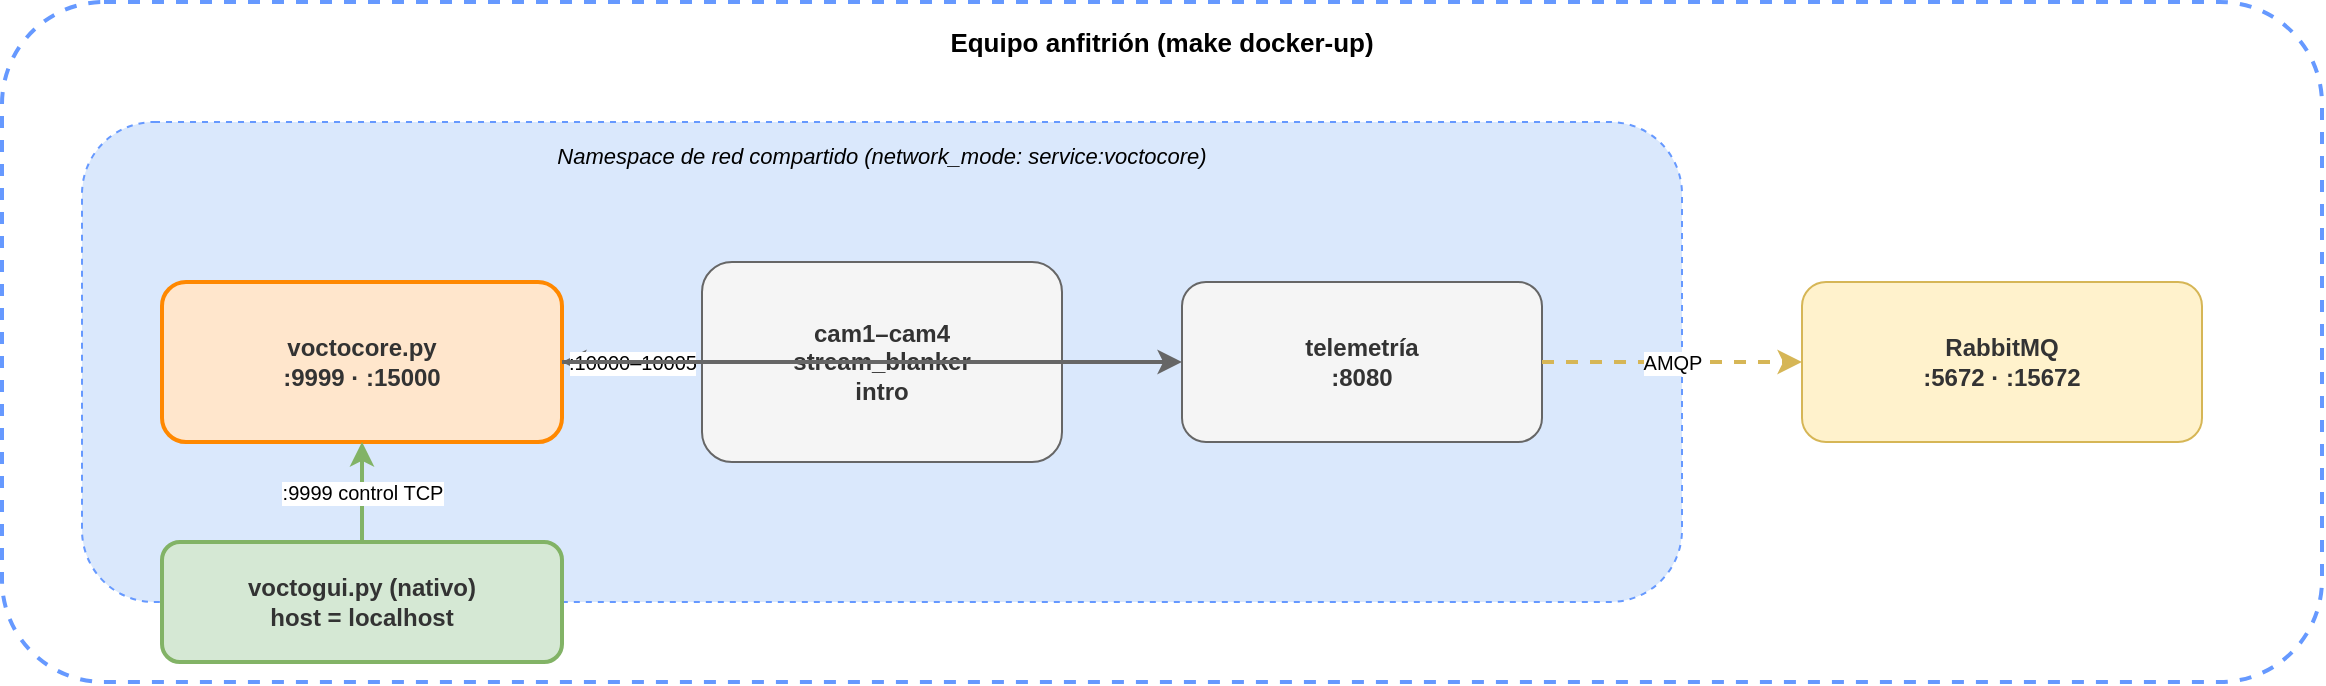
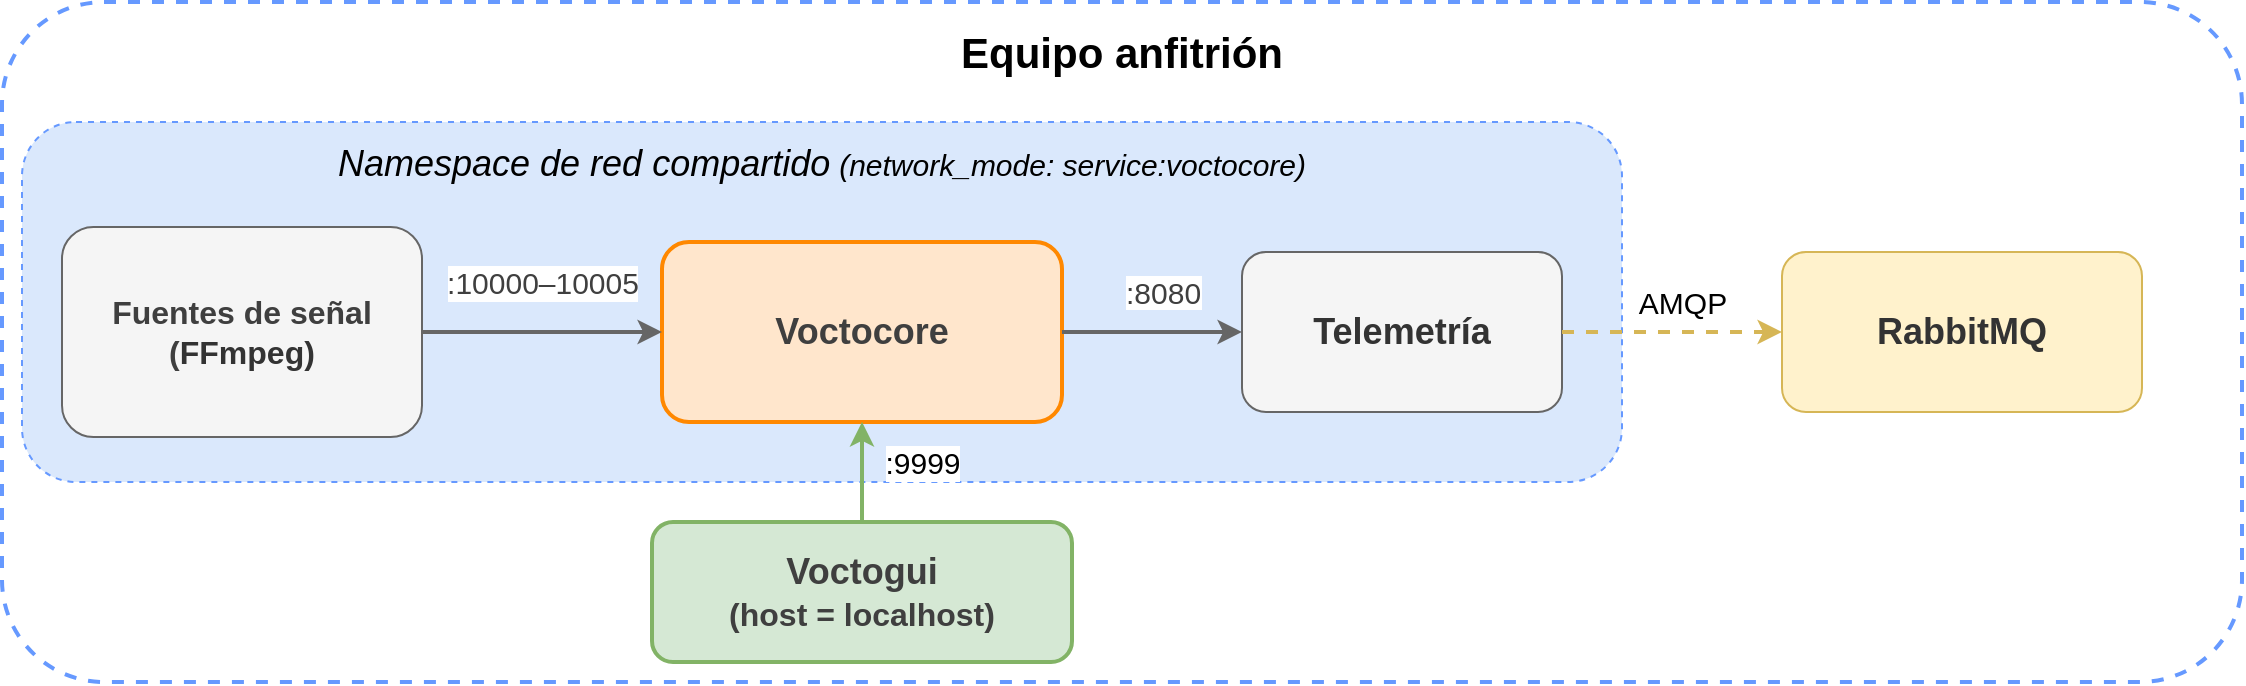
- <mxfile host="app.diagrams.net">
-   <diagram id="escenario_docker" name="Escenario Docker">
-     <mxGraphModel dx="1200" dy="380" grid="1" gridSize="10" guides="1" tooltips="1" connect="1" arrows="1" fold="1" page="1" pageScale="1" pageWidth="1200" pageHeight="380" math="0" shadow="0">
-       <root>
-         <mxCell id="0"/>
-         <mxCell id="1" parent="0"/>
- 
-         <!-- Host machine container -->
-         <mxCell id="host" value="Equipo anfitrión (make docker-up)" style="rounded=1;whiteSpace=wrap;html=1;fillColor=none;strokeColor=#6699FF;strokeWidth=2;dashed=1;fontSize=13;fontStyle=1;verticalAlign=top;spacingTop=6;align=center;" vertex="1" parent="1">
-           <mxGeometry x="20" y="20" width="1160" height="340" as="geometry"/>
-         </mxCell>
- 
-         <!-- Shared namespace container -->
-         <mxCell id="ns" value="Namespace de red compartido (network_mode: service:voctocore)" style="rounded=1;whiteSpace=wrap;html=1;fillColor=#dae8fc;strokeColor=#6699FF;strokeWidth=1;dashed=1;fontSize=11;fontStyle=2;verticalAlign=top;spacingTop=4;align=center;" vertex="1" parent="1">
-           <mxGeometry x="60" y="80" width="800" height="240" as="geometry"/>
-         </mxCell>
- 
-         <!-- voctocore -->
-         <mxCell id="voctocore" value="&lt;b&gt;voctocore.py&lt;/b&gt;&#xa;:9999 · :15000" style="rounded=1;whiteSpace=wrap;html=1;fillColor=#FFE6CC;strokeColor=#FF8800;fontColor=#333333;fontSize=12;fontStyle=1;strokeWidth=2;" vertex="1" parent="1">
-           <mxGeometry x="100" y="160" width="200" height="80" as="geometry"/>
-         </mxCell>
- 
-         <!-- Sources: cam1-4 + stream_blanker -->
-         <mxCell id="sources" value="cam1–cam4&#xa;stream_blanker&#xa;intro" style="rounded=1;whiteSpace=wrap;html=1;fillColor=#f5f5f5;strokeColor=#666666;fontColor=#333333;fontSize=12;fontStyle=1;" vertex="1" parent="1">
-           <mxGeometry x="370" y="150" width="180" height="100" as="geometry"/>
-         </mxCell>
- 
-         <!-- Telemetry -->
-         <mxCell id="telemetry" value="telemetría&#xa;:8080" style="rounded=1;whiteSpace=wrap;html=1;fillColor=#f5f5f5;strokeColor=#666666;fontColor=#333333;fontSize=12;fontStyle=1;" vertex="1" parent="1">
-           <mxGeometry x="610" y="160" width="180" height="80" as="geometry"/>
-         </mxCell>
- 
-         <!-- RabbitMQ (separate network) -->
-         <mxCell id="rabbitmq" value="RabbitMQ&#xa;:5672 · :15672" style="rounded=1;whiteSpace=wrap;html=1;fillColor=#fff2cc;strokeColor=#d6b656;fontColor=#333333;fontSize=12;fontStyle=1;" vertex="1" parent="1">
-           <mxGeometry x="920" y="160" width="200" height="80" as="geometry"/>
-         </mxCell>
- 
-         <!-- voctogui (native) -->
-         <mxCell id="voctogui" value="&lt;b&gt;voctogui.py&lt;/b&gt; (nativo)&#xa;host = localhost" style="rounded=1;whiteSpace=wrap;html=1;fillColor=#d5e8d4;strokeColor=#82b366;fontColor=#333333;fontSize=12;fontStyle=1;strokeWidth=2;" vertex="1" parent="1">
-           <mxGeometry x="100" y="290" width="200" height="60" as="geometry"/>
-         </mxCell>
- 
-         <!-- Arrow: sources → voctocore -->
-         <mxCell id="a1" value=":10000–10005" style="edgeStyle=orthogonalEdgeStyle;html=1;fontSize=10;strokeWidth=2;strokeColor=#666666;exitX=0;exitY=0.5;exitDx=0;exitDy=0;entryX=1;entryY=0.5;entryDx=0;entryDy=0;" edge="1" source="sources" target="voctocore" parent="1">
-           <mxGeometry relative="1" as="geometry"/>
-         </mxCell>
- 
-         <!-- Arrow: voctocore → telemetry -->
-         <mxCell id="a2" value="" style="edgeStyle=orthogonalEdgeStyle;html=1;fontSize=10;strokeWidth=2;strokeColor=#666666;exitX=1;exitY=0.5;exitDx=0;exitDy=0;entryX=0;entryY=0.5;entryDx=0;entryDy=0;" edge="1" source="voctocore" target="telemetry" parent="1">
-           <mxGeometry relative="1" as="geometry"/>
-         </mxCell>
- 
-         <!-- Arrow: telemetry → rabbitmq (AMQP, dashed) -->
-         <mxCell id="a3" value="AMQP" style="edgeStyle=orthogonalEdgeStyle;html=1;fontSize=10;strokeWidth=2;strokeColor=#d6b656;dashed=1;exitX=1;exitY=0.5;exitDx=0;exitDy=0;entryX=0;entryY=0.5;entryDx=0;entryDy=0;" edge="1" source="telemetry" target="rabbitmq" parent="1">
-           <mxGeometry relative="1" as="geometry"/>
-         </mxCell>
- 
-         <!-- Arrow: voctogui → voctocore (control) -->
-         <mxCell id="a4" value=":9999 control TCP" style="edgeStyle=orthogonalEdgeStyle;html=1;fontSize=10;strokeWidth=2;strokeColor=#82b366;exitX=0.5;exitY=0;exitDx=0;exitDy=0;entryX=0.5;entryY=1;entryDx=0;entryDy=0;" edge="1" source="voctogui" target="voctocore" parent="1">
-           <mxGeometry relative="1" as="geometry"/>
-         </mxCell>
- 
-       </root>
-     </mxGraphModel>
-   </diagram>
- </mxfile>
+ <mxfile host="65bd71144e">
+     <diagram id="escenario_docker" name="Escenario Docker">
+         <mxGraphModel dx="766" dy="410" grid="1" gridSize="10" guides="1" tooltips="1" connect="1" arrows="1" fold="1" page="1" pageScale="1" pageWidth="1200" pageHeight="380" math="0" shadow="0">
+             <root>
+                 <mxCell id="0"/>
+                 <mxCell id="1" parent="0"/>
+                 <mxCell id="host" value="&lt;font style=&quot;font-size: 21px;&quot;&gt;Equipo anfitrión&lt;/font&gt;" style="rounded=1;whiteSpace=wrap;html=1;fillColor=none;strokeColor=#6699FF;strokeWidth=2;dashed=1;fontSize=13;fontStyle=1;verticalAlign=top;spacingTop=6;align=center;" parent="1" vertex="1">
+                     <mxGeometry x="20" y="20" width="1120" height="340" as="geometry"/>
+                 </mxCell>
+                 <mxCell id="ns" value="&lt;font style=&quot;font-size: 18px;&quot;&gt;Namespace de red compartido&lt;/font&gt;&lt;font style=&quot;font-size: 16px;&quot;&gt; &lt;/font&gt;&lt;font style=&quot;font-size: 15px;&quot;&gt;(network_mode: service:voctocore)&lt;/font&gt;" style="rounded=1;whiteSpace=wrap;html=1;fillColor=#dae8fc;strokeColor=#6699FF;strokeWidth=1;dashed=1;fontSize=11;fontStyle=2;verticalAlign=top;spacingTop=4;align=center;" parent="1" vertex="1">
+                     <mxGeometry x="30" y="80" width="800" height="180" as="geometry"/>
+                 </mxCell>
+                 <mxCell id="voctocore" value="&lt;div style=&quot;color: rgb(63, 63, 63); scrollbar-color: rgb(226, 226, 226) rgb(251, 251, 251);&quot;&gt;&lt;font style=&quot;color: rgb(63, 63, 63); scrollbar-color: rgb(226, 226, 226) rgb(251, 251, 251); font-size: 18px;&quot;&gt;Voctocore&lt;/font&gt;&lt;/div&gt;" style="rounded=1;whiteSpace=wrap;html=1;fillColor=#FFE6CC;strokeColor=#FF8800;fontColor=#333333;fontSize=12;fontStyle=1;strokeWidth=2;" parent="1" vertex="1">
+                     <mxGeometry x="350" y="140" width="200" height="90" as="geometry"/>
+                 </mxCell>
+                 <mxCell id="sources" value="&lt;font style=&quot;color: rgb(63, 63, 63); scrollbar-color: rgb(226, 226, 226) rgb(251, 251, 251); font-size: 16px;&quot;&gt;Fuentes de señal&lt;/font&gt;&lt;div style=&quot;color: rgb(63, 63, 63); scrollbar-color: rgb(226, 226, 226) rgb(251, 251, 251);&quot;&gt;&lt;font style=&quot;color: rgb(63, 63, 63); scrollbar-color: rgb(226, 226, 226) rgb(251, 251, 251); font-size: 16px;&quot;&gt;(&lt;span style=&quot;scrollbar-color: rgb(226, 226, 226) rgb(251, 251, 251); background-color: transparent; color: rgb(51, 51, 51);&quot;&gt;FFmpeg)&lt;/span&gt;&lt;/font&gt;&lt;/div&gt;" style="rounded=1;whiteSpace=wrap;html=1;fillColor=#f5f5f5;strokeColor=#666666;fontColor=#333333;fontSize=12;fontStyle=1;" parent="1" vertex="1">
+                     <mxGeometry x="50" y="132.5" width="180" height="105" as="geometry"/>
+                 </mxCell>
+                 <mxCell id="telemetry" value="&lt;font style=&quot;font-size: 18px;&quot;&gt;Telemetría&lt;/font&gt;" style="rounded=1;whiteSpace=wrap;html=1;fillColor=#f5f5f5;strokeColor=#666666;fontColor=#333333;fontSize=12;fontStyle=1;" parent="1" vertex="1">
+                     <mxGeometry x="640" y="145" width="160" height="80" as="geometry"/>
+                 </mxCell>
+                 <mxCell id="rabbitmq" value="&lt;font style=&quot;font-size: 18px;&quot;&gt;RabbitMQ&lt;/font&gt;" style="rounded=1;whiteSpace=wrap;html=1;fillColor=#fff2cc;strokeColor=#d6b656;fontColor=#333333;fontSize=12;fontStyle=1;" parent="1" vertex="1">
+                     <mxGeometry x="910" y="145" width="180" height="80" as="geometry"/>
+                 </mxCell>
+                 <mxCell id="voctogui" value="&lt;div style=&quot;color: rgb(63, 63, 63); scrollbar-color: rgb(226, 226, 226) rgb(251, 251, 251);&quot;&gt;&lt;font style=&quot;color: rgb(63, 63, 63); scrollbar-color: rgb(226, 226, 226) rgb(251, 251, 251); font-size: 18px;&quot;&gt;Voctogui&lt;/font&gt;&lt;/div&gt;&lt;font style=&quot;color: rgb(63, 63, 63); scrollbar-color: rgb(226, 226, 226) rgb(251, 251, 251);&quot;&gt;&lt;font style=&quot;color: rgb(63, 63, 63); scrollbar-color: rgb(226, 226, 226) rgb(251, 251, 251); font-size: 16px;&quot;&gt;(host = localhost)&lt;/font&gt;&lt;/font&gt;" style="rounded=1;whiteSpace=wrap;html=1;fillColor=#d5e8d4;strokeColor=#82b366;fontColor=#333333;fontSize=12;fontStyle=1;strokeWidth=2;" parent="1" vertex="1">
+                     <mxGeometry x="345" y="280" width="210" height="70" as="geometry"/>
+                 </mxCell>
+                 <mxCell id="a1" value="&lt;span style=&quot;color: rgb(63, 63, 63); font-size: 15px;&quot;&gt;:10000–10005&lt;/span&gt;" style="edgeStyle=orthogonalEdgeStyle;html=1;fontSize=10;strokeWidth=2;strokeColor=#666666;exitX=1;exitY=0.5;exitDx=0;exitDy=0;entryX=0;entryY=0.5;entryDx=0;entryDy=0;" parent="1" source="sources" target="voctocore" edge="1">
+                     <mxGeometry y="25" relative="1" as="geometry">
+                         <mxPoint as="offset"/>
+                     </mxGeometry>
+                 </mxCell>
+                 <mxCell id="a2" value="" style="edgeStyle=orthogonalEdgeStyle;html=1;fontSize=10;strokeWidth=2;strokeColor=#666666;exitX=1;exitY=0.5;exitDx=0;exitDy=0;entryX=0;entryY=0.5;entryDx=0;entryDy=0;" parent="1" source="voctocore" target="telemetry" edge="1">
+                     <mxGeometry relative="1" as="geometry"/>
+                 </mxCell>
+                 <mxCell id="a3" value="&lt;font style=&quot;font-size: 15px;&quot;&gt;AMQP&lt;/font&gt;" style="edgeStyle=orthogonalEdgeStyle;html=1;fontSize=10;strokeWidth=2;strokeColor=#d6b656;dashed=1;exitX=1;exitY=0.5;exitDx=0;exitDy=0;entryX=0;entryY=0.5;entryDx=0;entryDy=0;" parent="1" source="telemetry" target="rabbitmq" edge="1">
+                     <mxGeometry x="0.0909" y="15" relative="1" as="geometry">
+                         <mxPoint as="offset"/>
+                     </mxGeometry>
+                 </mxCell>
+                 <mxCell id="a4" value="&lt;font style=&quot;font-size: 15px;&quot;&gt;:9999&lt;/font&gt;" style="edgeStyle=orthogonalEdgeStyle;html=1;fontSize=10;strokeWidth=2;strokeColor=#82b366;exitX=0.5;exitY=0;exitDx=0;exitDy=0;entryX=0.5;entryY=1;entryDx=0;entryDy=0;" parent="1" source="voctogui" target="voctocore" edge="1">
+                     <mxGeometry x="0.2" y="-30" relative="1" as="geometry">
+                         <mxPoint as="offset"/>
+                     </mxGeometry>
+                 </mxCell>
+                 <mxCell id="3" value="&lt;span style=&quot;color: rgb(63, 63, 63); font-family: Helvetica; font-size: 15px; font-style: normal; font-variant-ligatures: normal; font-variant-caps: normal; font-weight: 400; letter-spacing: normal; orphans: 2; text-align: center; text-indent: 0px; text-transform: none; widows: 2; word-spacing: 0px; -webkit-text-stroke-width: 0px; white-space: nowrap; background-color: rgb(255, 255, 255); text-decoration-thickness: initial; text-decoration-style: initial; text-decoration-color: initial; float: none; display: inline !important;&quot;&gt;:8080&lt;/span&gt;" style="text;whiteSpace=wrap;html=1;" vertex="1" parent="1">
+                     <mxGeometry x="580" y="150" width="130" height="40" as="geometry"/>
+                 </mxCell>
+             </root>
+         </mxGraphModel>
+     </diagram>
+ </mxfile>